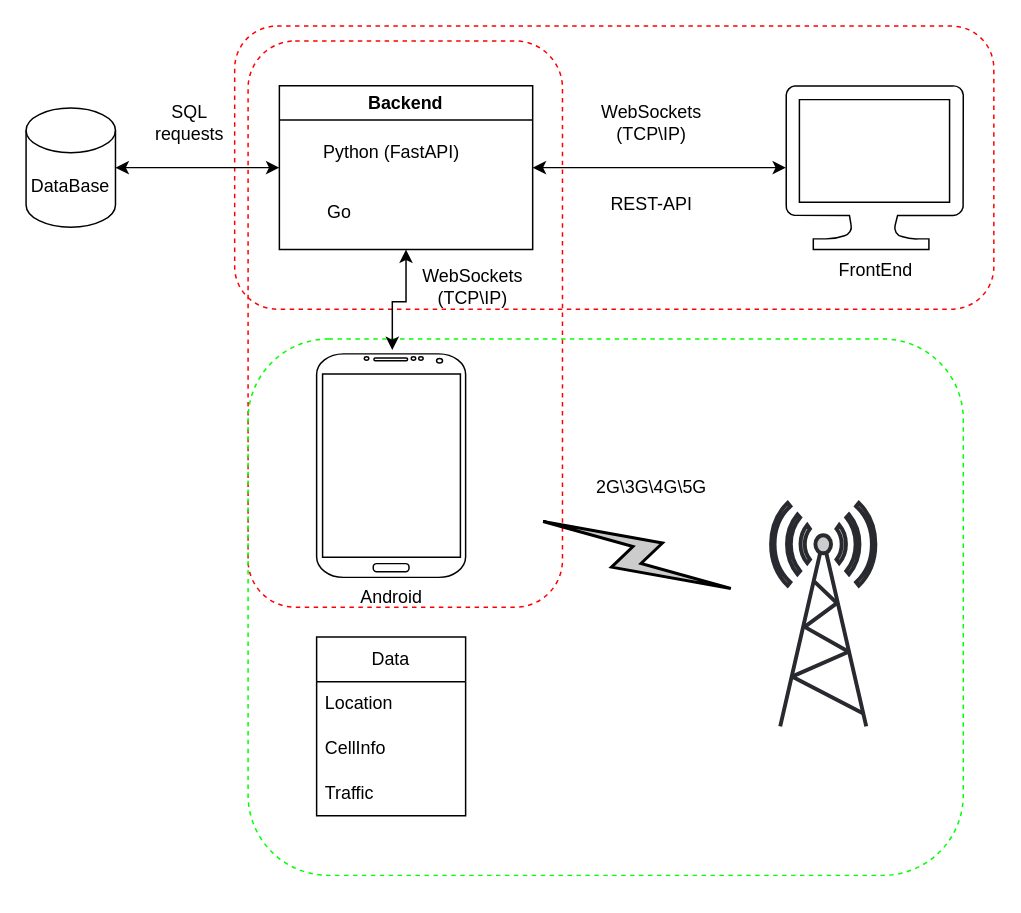
Above: full_stack_scheme.drawio in fzybot/draw_io_schemes (draw.io), before the change. Source tidied: cells renumbered, new cells numbered last; positions are measured from the earlier drawing's top-left corner, leaving out a move shared by most shapes. Both pictures are drawn from the tidied source at 149%, with x=0, y=0 at pixel (25, 25).
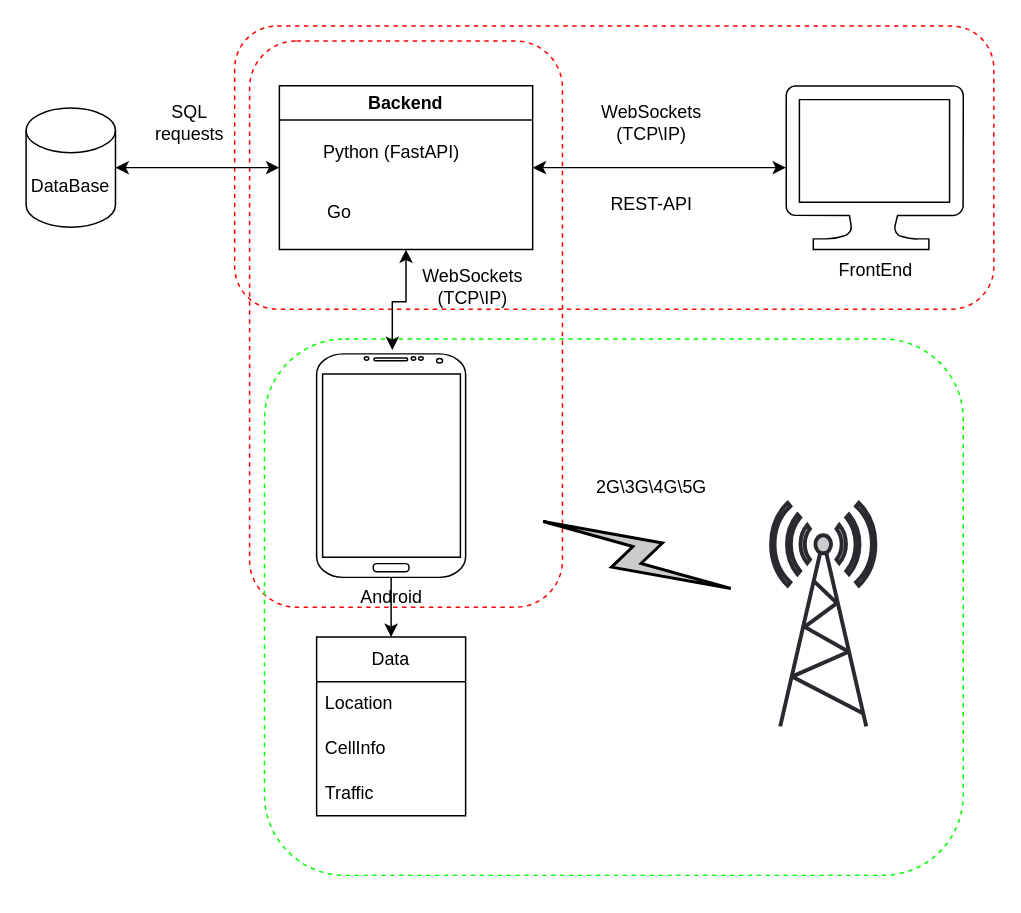
The same page after the edit.

Unchanged cells that the change refers to:
```xml
<mxCell id="5" value="Android" style="verticalLabelPosition=bottom;verticalAlign=top;html=1;shadow=0;dashed=0;strokeWidth=1;shape=mxgraph.android.phone2;strokeColor=#000000;" parent="1" vertex="1">
  <mxGeometry x="195" y="220" width="100" height="150" as="geometry" />
</mxCell>
<mxCell id="6" value="Data" style="swimlane;fontStyle=0;horizontal=1;startSize=30;whiteSpace=wrap;html=1;" parent="1" vertex="1">
  <mxGeometry x="195" y="410" width="100" height="120" as="geometry" />
</mxCell>
```

The edit, as a diff of the source:
```diff
@@
     <mxCell id="2" style="rounded=1;whiteSpace=wrap;html=1;fillColor=none;dashed=1;strokeColor=#ff0000;" parent="1" vertex="1">
-      <mxGeometry x="149" y="10" width="211" height="380" as="geometry" />
+      <mxGeometry x="150" y="10" width="210" height="380" as="geometry" />
     </mxCell>
@@
     <mxCell id="4" style="rounded=1;whiteSpace=wrap;html=1;fillColor=none;dashed=1;strokeColor=#00FF00;" parent="1" vertex="1">
-      <mxGeometry x="149" y="210" width="480" height="360" as="geometry" />
+      <mxGeometry x="160" y="210" width="469" height="360" as="geometry" />
     </mxCell>
+    <mxCell id="26" style="edgeStyle=orthogonalEdgeStyle;rounded=0;jettySize=auto;html=1;entryX=0.5;entryY=0;entryDx=0;entryDy=0;" parent="1" edge="1" source="5" target="6">
+      <mxGeometry relative="1" as="geometry" />
+    </mxCell>
```
